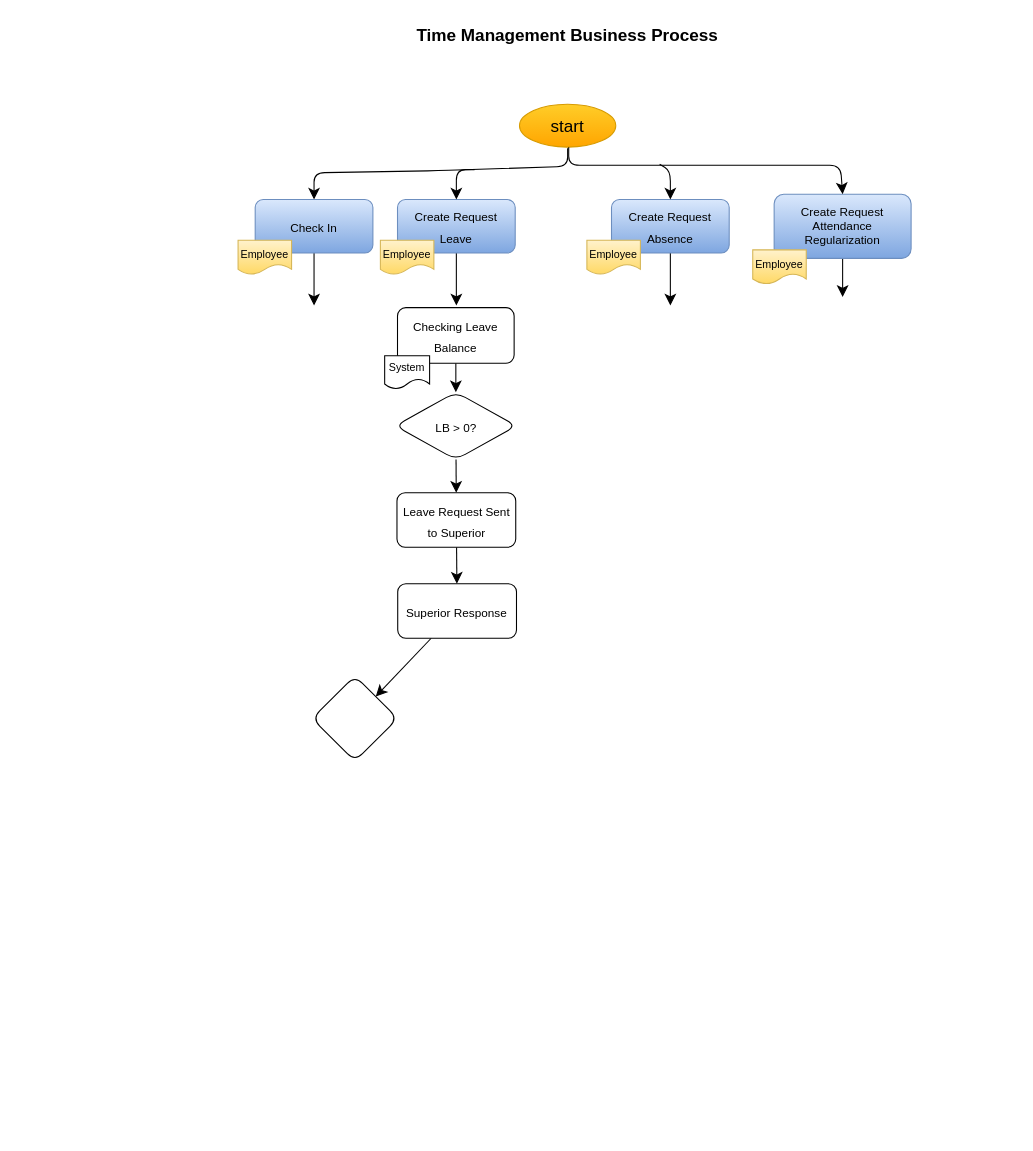
This is TimeManagement.drawio from jezreelkosasih/diagram, a draw.io file, before an edit. Source tidied: cells renumbered, new cells numbered last; positions are measured from the earlier drawing's top-left corner, leaving out a move shared by most shapes. Both pictures are drawn from the tidied source at 107%, with x=0, y=0 at pixel (238, 18).
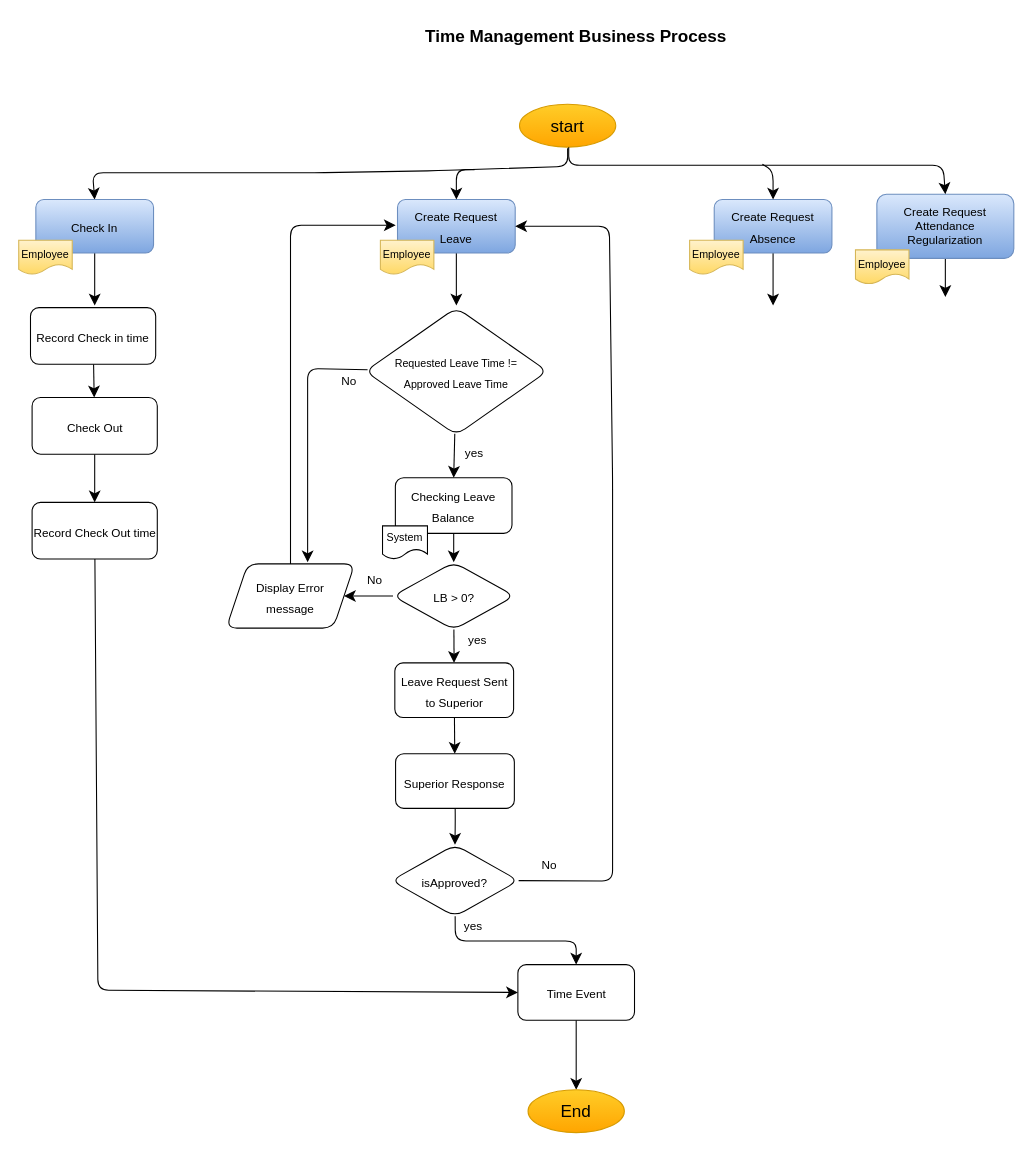
After the change.

Change to the diagram source:
```diff
@@
     <mxCell id="2" style="edgeStyle=none;rounded=1;jettySize=auto;html=1;entryX=0.5;entryY=0;entryDx=0;entryDy=0;fontSize=12;startSize=8;endSize=8;" parent="1" edge="1" target="6">
       <mxGeometry relative="1" as="geometry">
         <mxPoint x="308" y="121" as="sourcePoint" />
         <Array as="points">
           <mxPoint x="308" y="138" />
           <mxPoint x="187" y="142" />
           <mxPoint x="71" y="144" />
+          <mxPoint x="-136" y="144" />
         </Array>
       </mxGeometry>
     </mxCell>
@@
     <mxCell id="4" value="Time Management Business Process" style="text;html=1;strokeColor=none;fillColor=none;align=center;verticalAlign=middle;whiteSpace=wrap;rounded=0;fontSize=16;fontStyle=1;" parent="1" vertex="1">
-      <mxGeometry x="143" width="330" height="30" as="geometry" />
+      <mxGeometry x="151" y="1" width="330" height="30" as="geometry" />
     </mxCell>
     <mxCell id="5" style="edgeStyle=none;curved=1;rounded=0;jettySize=auto;html=1;fontSize=12;startSize=8;endSize=8;" parent="1" edge="1" source="6">
       <mxGeometry relative="1" as="geometry">
-        <mxPoint x="71" y="268" as="targetPoint" />
+        <mxPoint x="-134" y="268" as="targetPoint" />
       </mxGeometry>
     </mxCell>
     <mxCell id="6" value="&lt;font style=&quot;font-size: 11px;&quot;&gt;Check In&lt;/font&gt;" style="rounded=1;whiteSpace=wrap;html=1;fontSize=16;fillColor=#dae8fc;gradientColor=#7ea6e0;strokeColor=#6c8ebf;" parent="1" vertex="1">
-      <mxGeometry x="16" y="169" width="110" height="50" as="geometry" />
+      <mxGeometry x="-189" y="169" width="110" height="50" as="geometry" />
     </mxCell>
     <mxCell id="7" value="&lt;font size=&quot;1&quot;&gt;Employee&lt;/font&gt;" style="shape=document;whiteSpace=wrap;html=1;boundedLbl=1;fontSize=16;fillColor=#fff2cc;gradientColor=#ffd966;strokeColor=#d6b656;" parent="1" vertex="1">
-      <mxGeometry y="207" width="50" height="32" as="geometry" />
+      <mxGeometry x="-205" y="207" width="50" height="32" as="geometry" />
     </mxCell>
@@
     <mxCell id="11" style="edgeStyle=none;curved=1;rounded=0;jettySize=auto;html=1;fontSize=12;startSize=8;endSize=8;" parent="1" edge="1" source="12">
       <mxGeometry relative="1" as="geometry">
-        <mxPoint x="404" y="268" as="targetPoint" />
+        <mxPoint x="500" y="268" as="targetPoint" />
       </mxGeometry>
     </mxCell>
     <mxCell id="12" value="&lt;font style=&quot;font-size: 11px;&quot;&gt;Create Request Absence&lt;/font&gt;" style="rounded=1;whiteSpace=wrap;html=1;fontSize=16;fillColor=#dae8fc;gradientColor=#7ea6e0;strokeColor=#6c8ebf;" parent="1" vertex="1">
-      <mxGeometry x="349" y="169" width="110" height="50" as="geometry" />
+      <mxGeometry x="445" y="169" width="110" height="50" as="geometry" />
     </mxCell>
     <mxCell id="13" value="&lt;font size=&quot;1&quot;&gt;Employee&lt;/font&gt;" style="shape=document;whiteSpace=wrap;html=1;boundedLbl=1;fontSize=16;fillColor=#fff2cc;gradientColor=#ffd966;strokeColor=#d6b656;" parent="1" vertex="1">
-      <mxGeometry x="326" y="207" width="50" height="32" as="geometry" />
+      <mxGeometry x="422" y="207" width="50" height="32" as="geometry" />
     </mxCell>
     <mxCell id="14" style="edgeStyle=none;curved=1;rounded=0;jettySize=auto;html=1;fontSize=12;startSize=8;endSize=8;" parent="1" edge="1" source="15">
       <mxGeometry relative="1" as="geometry">
-        <mxPoint x="565" y="260" as="targetPoint" />
+        <mxPoint x="661" y="260" as="targetPoint" />
       </mxGeometry>
     </mxCell>
     <mxCell id="15" value="&lt;font style=&quot;font-size: 11px;&quot;&gt;Create Request Attendance Regularization&lt;/font&gt;" style="rounded=1;whiteSpace=wrap;html=1;fontSize=11;fillColor=#dae8fc;gradientColor=#7ea6e0;strokeColor=#6c8ebf;" parent="1" vertex="1">
-      <mxGeometry x="501" y="164" width="128" height="60" as="geometry" />
+      <mxGeometry x="597" y="164" width="128" height="60" as="geometry" />
     </mxCell>
     <mxCell id="16" value="&lt;font size=&quot;1&quot;&gt;Employee&lt;/font&gt;" style="shape=document;whiteSpace=wrap;html=1;boundedLbl=1;fontSize=16;fillColor=#fff2cc;gradientColor=#ffd966;strokeColor=#d6b656;" parent="1" vertex="1">
-      <mxGeometry x="481" y="216" width="50" height="32" as="geometry" />
+      <mxGeometry x="577" y="216" width="50" height="32" as="geometry" />
     </mxCell>
     <mxCell id="17" style="edgeStyle=none;rounded=1;jettySize=auto;html=1;entryX=0.5;entryY=0;entryDx=0;entryDy=0;fontSize=12;startSize=8;endSize=8;" parent="1" edge="1" target="15">
       <mxGeometry relative="1" as="geometry">
         <mxPoint x="309" y="120" as="sourcePoint" />
         <Array as="points">
           <mxPoint x="309" y="137" />
-          <mxPoint x="563" y="137" />
+          <mxPoint x="405" y="137" />
+          <mxPoint x="659" y="137" />
         </Array>
       </mxGeometry>
     </mxCell>
@@
     <mxCell id="19" style="endArrow=classic;html=1;rounded=1;fontSize=12;startSize=8;endSize=8;entryX=0.5;entryY=0;entryDx=0;entryDy=0;" parent="1" edge="1" target="12">
       <mxGeometry relative="1" as="geometry">
-        <mxPoint x="394" y="136" as="sourcePoint" />
+        <mxPoint x="490" y="136" as="sourcePoint" />
         <Array as="points">
-          <mxPoint x="404" y="142" />
+          <mxPoint x="500" y="142" />
         </Array>
       </mxGeometry>
     </mxCell>
@@
     <mxCell id="21" value="&lt;font style=&quot;font-size: 11px;&quot;&gt;Checking Leave Balance&lt;/font&gt;" style="rounded=1;whiteSpace=wrap;html=1;fontSize=16;" parent="1" vertex="1">
-      <mxGeometry x="149" y="270" width="109" height="52" as="geometry" />
+      <mxGeometry x="147" y="429" width="109" height="52" as="geometry" />
     </mxCell>
     <mxCell id="22" value="&lt;font style=&quot;font-size: 10px;&quot;&gt;System&lt;/font&gt;" style="shape=document;whiteSpace=wrap;html=1;boundedLbl=1;fontSize=10;" parent="1" vertex="1">
-      <mxGeometry x="137" y="315" width="42" height="31" as="geometry" />
+      <mxGeometry x="135" y="474" width="42" height="31" as="geometry" />
     </mxCell>
@@
+    <mxCell id="30" style="edgeStyle=none;curved=1;rounded=0;jettySize=auto;html=1;fontSize=12;startSize=8;endSize=8;" parent="1" edge="1" source="24" target="34">
+      <mxGeometry relative="1" as="geometry" />
+    </mxCell>
     <mxCell id="24" value="&lt;font style=&quot;font-size: 11px;&quot;&gt;LB &amp;gt; 0?&lt;/font&gt;" style="rhombus;whiteSpace=wrap;html=1;fontSize=16;rounded=1;" parent="1" vertex="1">
-      <mxGeometry x="146.8" y="349" width="113.5" height="63" as="geometry" />
+      <mxGeometry x="144.8" y="508" width="113.5" height="63" as="geometry" />
     </mxCell>
@@
     <mxCell id="26" value="&lt;font style=&quot;font-size: 11px;&quot;&gt;Leave Request Sent to Superior&lt;/font&gt;" style="whiteSpace=wrap;html=1;fontSize=16;rounded=1;" parent="1" vertex="1">
-      <mxGeometry x="148.5" y="443" width="111" height="51" as="geometry" />
+      <mxGeometry x="146.5" y="602" width="111" height="51" as="geometry" />
     </mxCell>
-    <mxCell id="27" style="edgeStyle=none;curved=1;rounded=0;jettySize=auto;html=1;fontSize=12;startSize=8;endSize=8;" parent="1" edge="1" source="28" target="29">
-      <mxGeometry relative="1" as="geometry" />
+    <mxCell id="27" style="edgeStyle=none;rounded=1;jettySize=auto;html=1;fontSize=12;startSize=8;endSize=8;entryX=0.5;entryY=0;entryDx=0;entryDy=0;" parent="1" edge="1" source="28" target="29">
+      <mxGeometry relative="1" as="geometry">
+        <Array as="points">
+          <mxPoint x="203" y="750" />
+        </Array>
+      </mxGeometry>
     </mxCell>
     <mxCell id="28" value="&lt;span style=&quot;font-size: 11px;&quot;&gt;Superior Response&lt;/span&gt;" style="whiteSpace=wrap;html=1;fontSize=16;rounded=1;" parent="1" vertex="1">
-      <mxGeometry x="149.2" y="528" width="111" height="51" as="geometry" />
+      <mxGeometry x="147.2" y="687" width="111" height="51" as="geometry" />
     </mxCell>
+    <mxCell id="31" style="edgeStyle=none;rounded=1;jettySize=auto;html=1;fontSize=12;startSize=8;endSize=8;entryX=0.5;entryY=0;entryDx=0;entryDy=0;" parent="1" edge="1" source="29" target="40">
+      <mxGeometry relative="1" as="geometry">
+        <Array as="points">
+          <mxPoint x="203" y="862" />
+          <mxPoint x="316" y="862" />
+        </Array>
+      </mxGeometry>
+    </mxCell>
-    <mxCell id="29" style="rhombus;whiteSpace=wrap;html=1;fontSize=16;rounded=1;" parent="1" vertex="1">
-      <mxGeometry x="69.2" y="614" width="80" height="80" as="geometry" />
+    <mxCell id="29" value="&lt;font style=&quot;font-size: 11px;&quot;&gt;isApproved?&lt;/font&gt;" style="rhombus;whiteSpace=wrap;html=1;fontSize=16;rounded=1;" parent="1" vertex="1">
+      <mxGeometry x="143.2" y="772" width="119" height="67" as="geometry" />
     </mxCell>
+    <mxCell id="32" style="edgeStyle=none;rounded=1;jettySize=auto;html=1;fontSize=12;startSize=8;endSize=8;exitX=1;exitY=0.5;exitDx=0;exitDy=0;" parent="1" edge="1" source="29">
+      <mxGeometry relative="1" as="geometry">
+        <mxPoint x="259" y="194" as="targetPoint" />
+        <Array as="points">
+          <mxPoint x="350" y="806" />
+          <mxPoint x="350" y="647" />
+          <mxPoint x="350" y="430" />
+          <mxPoint x="347" y="194" />
+        </Array>
+      </mxGeometry>
+    </mxCell>
+    <mxCell id="33" style="edgeStyle=none;rounded=1;jettySize=auto;html=1;fontSize=12;startSize=8;endSize=8;" parent="1" edge="1" source="34">
+      <mxGeometry relative="1" as="geometry">
+        <mxPoint x="147.3" y="193" as="targetPoint" />
+        <Array as="points">
+          <mxPoint x="49" y="193" />
+        </Array>
+      </mxGeometry>
+    </mxCell>
+    <mxCell id="34" value="&lt;font style=&quot;font-size: 11px;&quot;&gt;Display Error &lt;br&gt;message&lt;/font&gt;" style="shape=parallelogram;perimeter=parallelogramPerimeter;whiteSpace=wrap;html=1;fixedSize=1;fontSize=16;rounded=1;" parent="1" vertex="1">
+      <mxGeometry x="-11" y="509.5" width="120" height="60" as="geometry" />
+    </mxCell>
+    <mxCell id="35" value="&lt;font style=&quot;font-size: 11px;&quot;&gt;yes&lt;/font&gt;" style="text;html=1;strokeColor=none;fillColor=none;align=center;verticalAlign=middle;whiteSpace=wrap;rounded=0;fontSize=16;" parent="1" vertex="1">
+      <mxGeometry x="194" y="564" width="60" height="30" as="geometry" />
+    </mxCell>
+    <mxCell id="36" value="&lt;font style=&quot;font-size: 11px;&quot;&gt;No&lt;/font&gt;" style="text;html=1;strokeColor=none;fillColor=none;align=center;verticalAlign=middle;whiteSpace=wrap;rounded=0;fontSize=16;" parent="1" vertex="1">
+      <mxGeometry x="98" y="508" width="60" height="30" as="geometry" />
+    </mxCell>
+    <mxCell id="37" value="&lt;font style=&quot;font-size: 11px;&quot;&gt;yes&lt;/font&gt;" style="text;html=1;strokeColor=none;fillColor=none;align=center;verticalAlign=middle;whiteSpace=wrap;rounded=0;fontSize=16;" parent="1" vertex="1">
+      <mxGeometry x="190" y="831" width="60" height="30" as="geometry" />
+    </mxCell>
+    <mxCell id="38" value="&lt;font style=&quot;font-size: 11px;&quot;&gt;No&lt;/font&gt;" style="text;html=1;strokeColor=none;fillColor=none;align=center;verticalAlign=middle;whiteSpace=wrap;rounded=0;fontSize=16;" parent="1" vertex="1">
+      <mxGeometry x="261.2" y="774" width="60" height="30" as="geometry" />
+    </mxCell>
+    <mxCell id="39" style="edgeStyle=none;curved=1;rounded=0;jettySize=auto;html=1;fontSize=12;startSize=8;endSize=8;" parent="1" edge="1" source="40" target="46">
+      <mxGeometry relative="1" as="geometry" />
+    </mxCell>
+    <mxCell id="40" value="&lt;font style=&quot;font-size: 11px;&quot;&gt;Time Event&lt;br&gt;&lt;/font&gt;" style="rounded=1;whiteSpace=wrap;html=1;fontSize=16;" parent="1" vertex="1">
+      <mxGeometry x="261.5" y="884" width="109" height="52" as="geometry" />
+    </mxCell>
+    <mxCell id="41" style="edgeStyle=none;curved=1;rounded=0;jettySize=auto;html=1;entryX=0.5;entryY=0;entryDx=0;entryDy=0;fontSize=12;startSize=8;endSize=8;" parent="1" edge="1" source="43" target="21">
+      <mxGeometry relative="1" as="geometry" />
+    </mxCell>
+    <mxCell id="42" style="edgeStyle=none;rounded=1;jettySize=auto;html=1;fontSize=12;startSize=8;endSize=8;" parent="1" edge="1" source="43">
+      <mxGeometry relative="1" as="geometry">
+        <mxPoint x="65" y="508" as="targetPoint" />
+        <Array as="points">
+          <mxPoint x="65" y="327" />
+        </Array>
+      </mxGeometry>
+    </mxCell>
+    <mxCell id="43" value="&lt;font style=&quot;font-size: 10px;&quot;&gt;Requested Leave Time != &lt;br&gt;Approved Leave Time&lt;/font&gt;" style="rhombus;whiteSpace=wrap;html=1;fontSize=16;rounded=1;" parent="1" vertex="1">
+      <mxGeometry x="118.9" y="270" width="170.2" height="119" as="geometry" />
+    </mxCell>
+    <mxCell id="44" value="&lt;font style=&quot;font-size: 11px;&quot;&gt;yes&lt;/font&gt;" style="text;html=1;strokeColor=none;fillColor=none;align=center;verticalAlign=middle;whiteSpace=wrap;rounded=0;fontSize=16;" parent="1" vertex="1">
+      <mxGeometry x="191" y="389" width="60" height="30" as="geometry" />
+    </mxCell>
+    <mxCell id="45" value="&lt;font style=&quot;font-size: 11px;&quot;&gt;No&lt;/font&gt;" style="text;html=1;strokeColor=none;fillColor=none;align=center;verticalAlign=middle;whiteSpace=wrap;rounded=0;fontSize=16;" parent="1" vertex="1">
+      <mxGeometry x="74" y="322" width="60" height="30" as="geometry" />
+    </mxCell>
+    <mxCell id="46" value="End" style="ellipse;whiteSpace=wrap;html=1;fontSize=16;fillColor=#ffcd28;gradientColor=#ffa500;strokeColor=#d79b00;" parent="1" vertex="1">
+      <mxGeometry x="271" y="1001" width="90" height="40" as="geometry" />
+    </mxCell>
+    <mxCell id="47" style="edgeStyle=none;curved=1;rounded=0;jettySize=auto;html=1;fontSize=12;startSize=8;endSize=8;" parent="1" edge="1" source="48" target="50">
+      <mxGeometry relative="1" as="geometry" />
+    </mxCell>
+    <mxCell id="48" value="&lt;font style=&quot;font-size: 11px;&quot;&gt;Record Check in time&lt;/font&gt;" style="rounded=1;whiteSpace=wrap;html=1;fontSize=16;" parent="1" vertex="1">
+      <mxGeometry x="-194" y="270" width="117" height="53" as="geometry" />
+    </mxCell>
+    <mxCell id="49" style="edgeStyle=none;curved=1;rounded=0;jettySize=auto;html=1;fontSize=12;startSize=8;endSize=8;" parent="1" edge="1" source="50" target="52">
+      <mxGeometry relative="1" as="geometry" />
+    </mxCell>
+    <mxCell id="50" value="&lt;font style=&quot;font-size: 11px;&quot;&gt;Check Out&lt;/font&gt;" style="rounded=1;whiteSpace=wrap;html=1;fontSize=16;" parent="1" vertex="1">
+      <mxGeometry x="-192.5" y="354" width="117" height="53" as="geometry" />
+    </mxCell>
+    <mxCell id="51" style="edgeStyle=none;rounded=1;jettySize=auto;html=1;entryX=0;entryY=0.5;entryDx=0;entryDy=0;fontSize=12;startSize=8;endSize=8;" parent="1" edge="1" source="52" target="40">
+      <mxGeometry relative="1" as="geometry">
+        <Array as="points">
+          <mxPoint x="-131" y="908" />
+        </Array>
+      </mxGeometry>
+    </mxCell>
+    <mxCell id="52" value="&lt;font style=&quot;font-size: 11px;&quot;&gt;Record Check Out time&lt;/font&gt;" style="rounded=1;whiteSpace=wrap;html=1;fontSize=16;" parent="1" vertex="1">
+      <mxGeometry x="-192.5" y="452" width="117" height="53" as="geometry" />
+    </mxCell>
```
